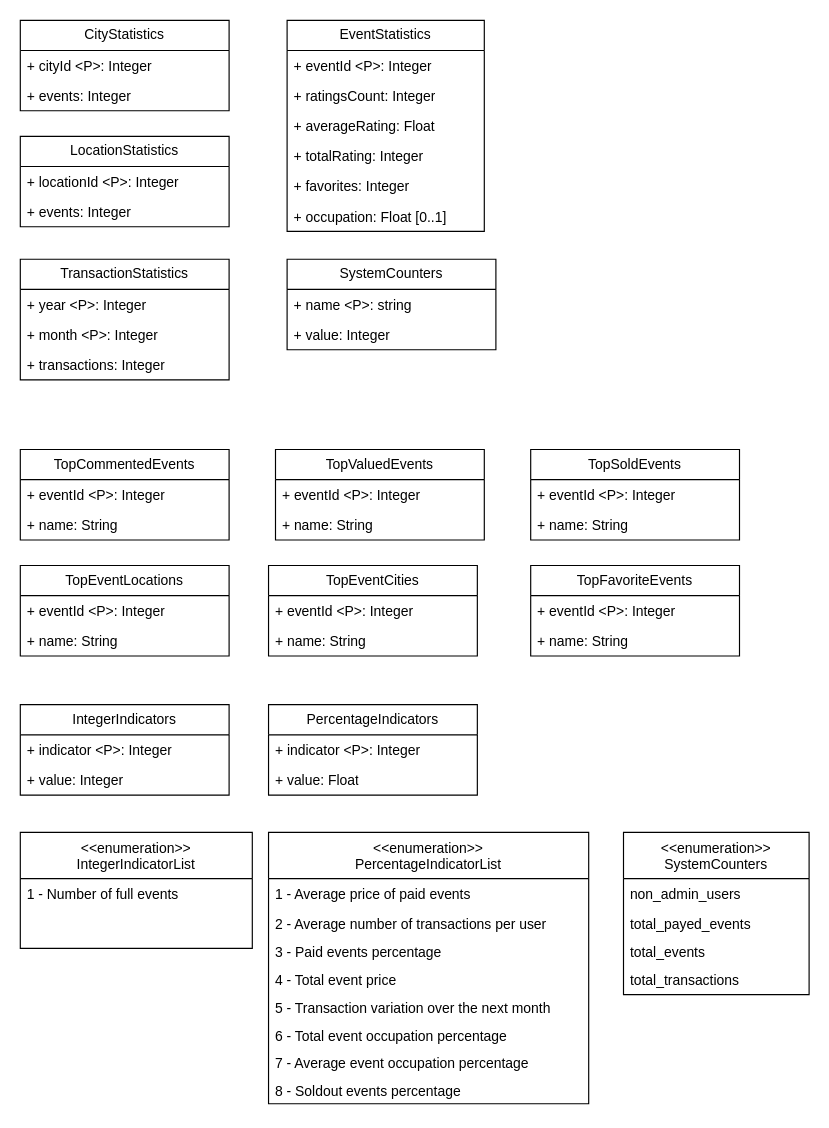
Earlier version of the draw.io diagram diagrams/conceptual-diagram-statistics.drawio (danielpilot/event-database). Source tidied: cells renumbered, new cells numbered last; positions are measured from the earlier drawing's top-left corner, leaving out a move shared by most shapes. Both pictures are drawn from the tidied source at 116%, with x=0, y=0 at pixel (20, 20).
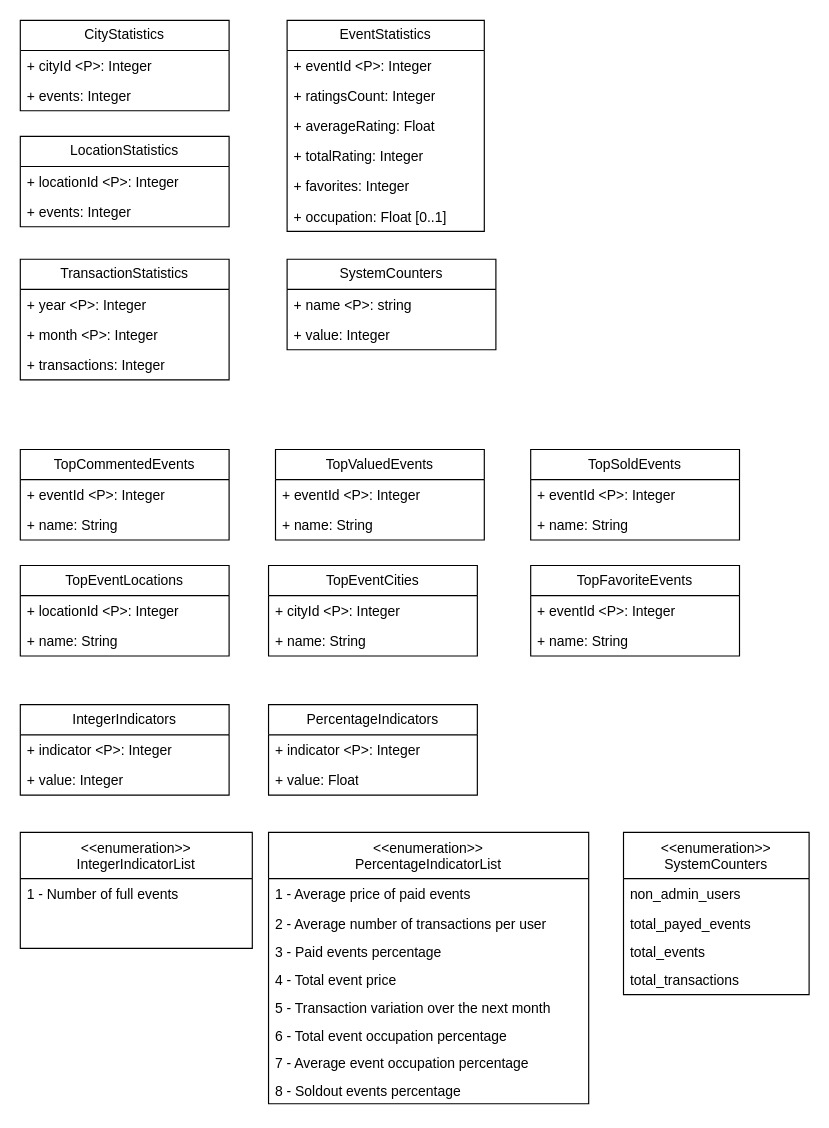
The same page after the edit.

Commit message:
Modify name of keys for TopEventLocations and TopEventCities

Unchanged cells that the change refers to:
```xml
<mxCell id="31" value="TopEventLocations" style="swimlane;fontStyle=0;horizontal=1;startSize=26;fillColor=none;whiteSpace=wrap;html=1;" parent="1" vertex="1">
  <mxGeometry y="470" width="180" height="78" as="geometry" />
</mxCell>
<mxCell id="59" value="TopEventCities" style="swimlane;fontStyle=0;horizontal=1;startSize=26;fillColor=none;whiteSpace=wrap;html=1;" parent="1" vertex="1">
  <mxGeometry x="214" y="470" width="180" height="78" as="geometry" />
</mxCell>
```

Diff of the diagram source:
```diff
@@
-    <mxCell id="32" value="+ eventId  &amp;lt;P&amp;gt;: Integer" style="text;strokeColor=none;fillColor=none;align=left;verticalAlign=top;spacingLeft=4;spacingRight=4;overflow=hidden;whiteSpace=wrap;html=1;" parent="31" vertex="1">
+    <mxCell id="32" value="+ locationId  &amp;lt;P&amp;gt;: Integer" style="text;strokeColor=none;fillColor=none;align=left;verticalAlign=top;spacingLeft=4;spacingRight=4;overflow=hidden;whiteSpace=wrap;html=1;" parent="31" vertex="1">
       <mxGeometry y="26" width="180" height="26" as="geometry" />
     </mxCell>
@@
-    <mxCell id="60" value="+ eventId  &amp;lt;P&amp;gt;: Integer" style="text;strokeColor=none;fillColor=none;align=left;verticalAlign=top;spacingLeft=4;spacingRight=4;overflow=hidden;whiteSpace=wrap;html=1;" parent="59" vertex="1">
+    <mxCell id="60" value="+ cityId  &amp;lt;P&amp;gt;: Integer" style="text;strokeColor=none;fillColor=none;align=left;verticalAlign=top;spacingLeft=4;spacingRight=4;overflow=hidden;whiteSpace=wrap;html=1;" parent="59" vertex="1">
       <mxGeometry y="26" width="180" height="26" as="geometry" />
     </mxCell>
```
